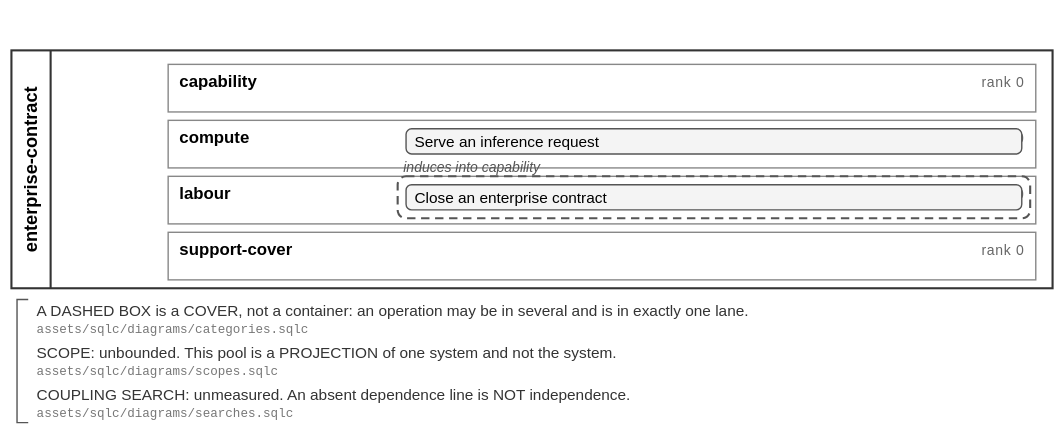
The BPMN diagram assets/svg/filings/enterprise-contract.svg in soulstompp/process-modulus, before a commit. Its source is kept beside it as assets/bpmn/filings/enterprise-contract.bpmn. Ids are renumbered.
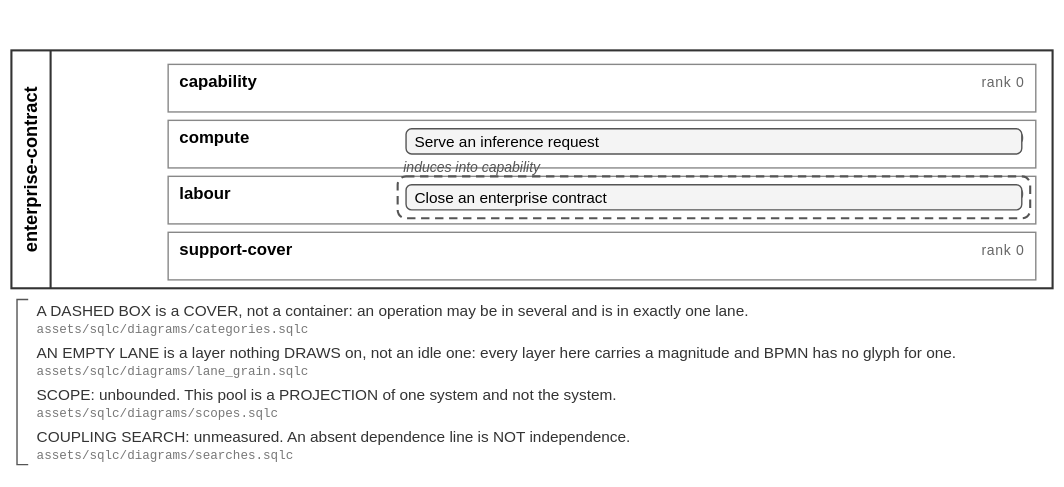
After the change.

Diff of the diagram source:
```diff
@@ -45,6 +45,9 @@
     <textAnnotation id="note_enterprise-contract_cover">
       <text>A DASHED BOX is a COVER, not a container: an operation may be in several and is in exactly one lane. [assets/sqlc/diagrams/categories.sqlc]</text>
     </textAnnotation>
+    <textAnnotation id="note_enterprise-contract_lane">
+      <text>AN EMPTY LANE is a layer nothing DRAWS on, not an idle one: every layer here carries a magnitude and BPMN has no glyph for one. [assets/sqlc/diagrams/lane_grain.sqlc]</text>
+    </textAnnotation>
     <textAnnotation id="note_enterprise-contract_scope">
       <text>SCOPE: unbounded. This pool is a PROJECTION of one system and not the system. [assets/sqlc/diagrams/scopes.sqlc]</text>
     </textAnnotation>
@@ -82,11 +85,14 @@
       <bpmndi:BPMNShape id="shape_enterprise-contract_note_enterprise-contract_cover" bpmnElement="tns:note_enterprise-contract_cover">
         <dc:Bounds x="20" y="214" width="720" height="28"/>
       </bpmndi:BPMNShape>
-      <bpmndi:BPMNShape id="shape_enterprise-contract_note_enterprise-contract_scope" bpmnElement="tns:note_enterprise-contract_scope">
+      <bpmndi:BPMNShape id="shape_enterprise-contract_note_enterprise-contract_lane" bpmnElement="tns:note_enterprise-contract_lane">
         <dc:Bounds x="20" y="244" width="720" height="28"/>
       </bpmndi:BPMNShape>
+      <bpmndi:BPMNShape id="shape_enterprise-contract_note_enterprise-contract_scope" bpmnElement="tns:note_enterprise-contract_scope">
+        <dc:Bounds x="20" y="274" width="720" height="28"/>
+      </bpmndi:BPMNShape>
       <bpmndi:BPMNShape id="shape_enterprise-contract_note_enterprise-contract_search" bpmnElement="tns:note_enterprise-contract_search">
-        <dc:Bounds x="20" y="274" width="720" height="28"/>
+        <dc:Bounds x="20" y="304" width="720" height="28"/>
       </bpmndi:BPMNShape>
     </bpmndi:BPMNPlane>
   </bpmndi:BPMNDiagram>
```
